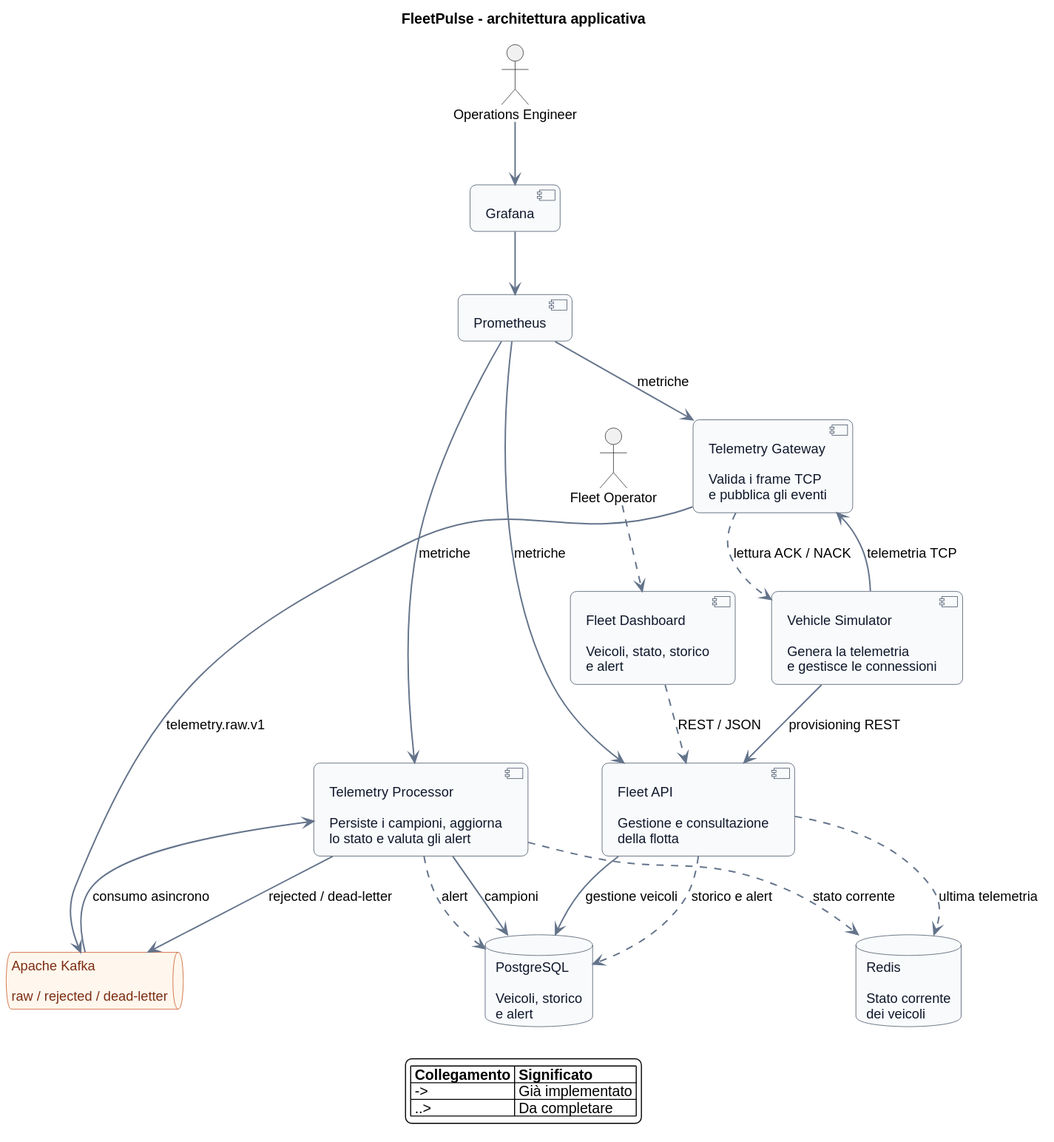
The PlantUML diagram public/diagrams/fleetpulse-architecture.svg in val3riot/Portfolio, before a commit. Its source is kept beside it as public/diagrams/fleetpulse-architecture.puml.
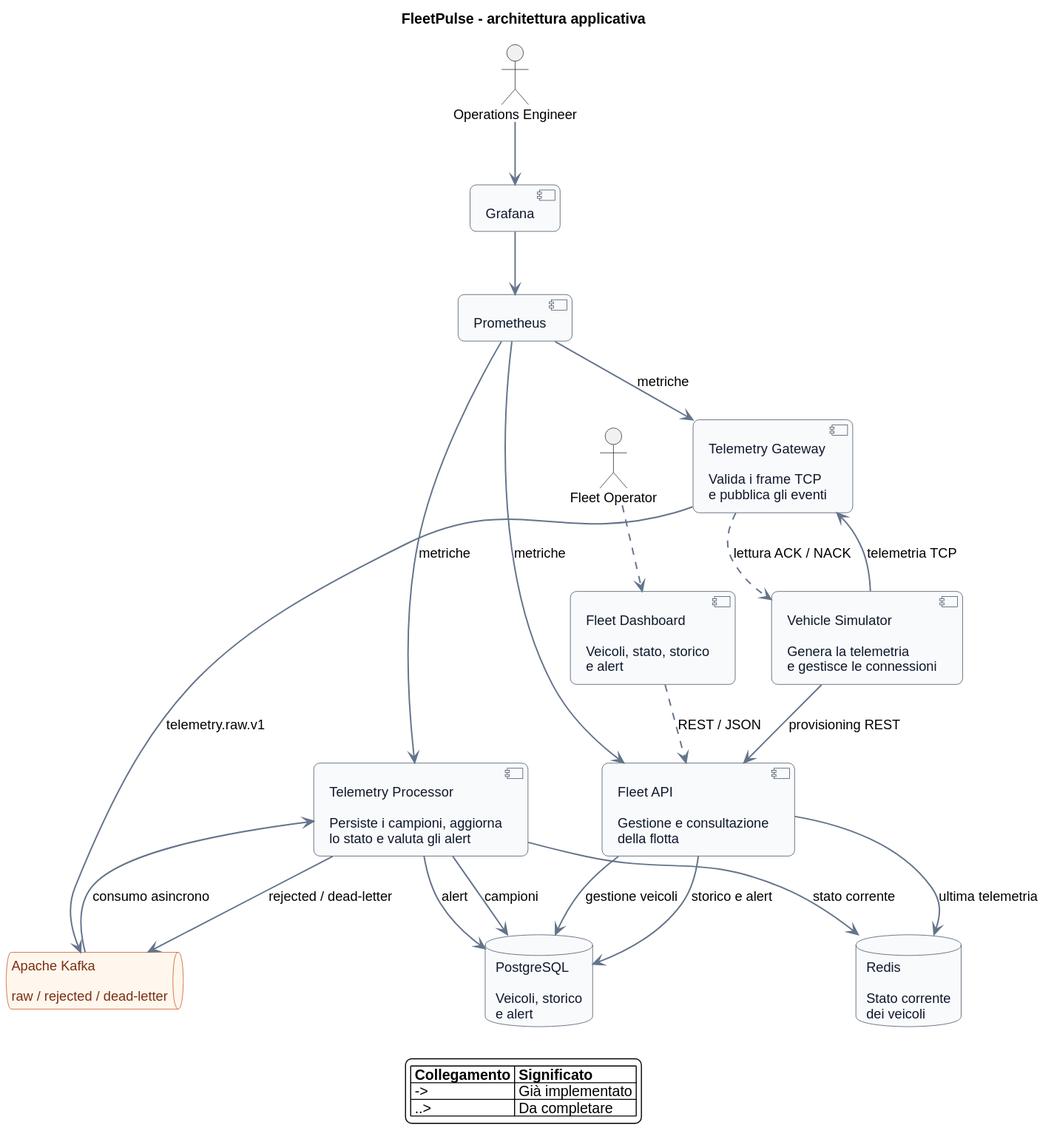
Above is the later version.

Change to the diagram source:
```diff
@@ -52,10 +52,10 @@
 operations --> grafana
 
 gateway ..> simulator : lettura ACK / NACK
-processor ..> postgres : alert
-processor ..> redis : stato corrente
-api ..> postgres : storico e alert
-api ..> redis : ultima telemetria
+processor --> postgres : alert
+processor --> redis : stato corrente
+api --> postgres : storico e alert
+api --> redis : ultima telemetria
 dashboard ..> api : REST / JSON
 operator ..> dashboard
 
```
